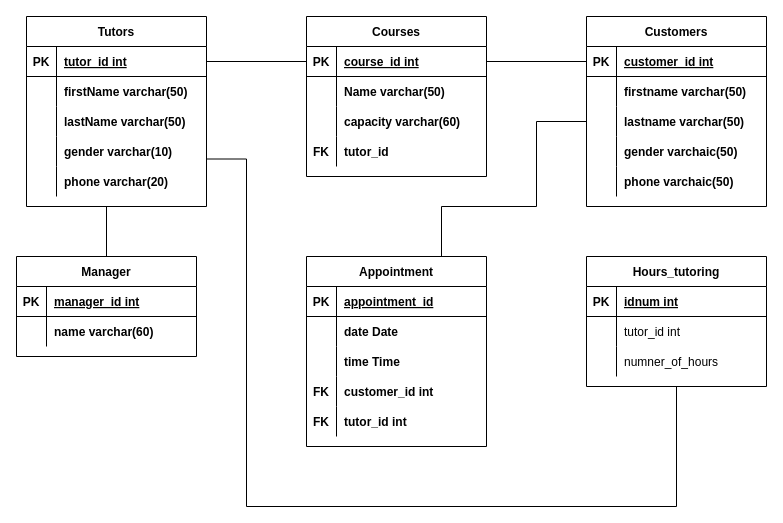
The draw.io diagram Untitled Diagram.drawio in Derrika/AD_GroupWork, before the edit. Source tidied: cells renumbered, new cells numbered last; positions are measured from the earlier drawing's top-left corner, leaving out a move shared by most shapes. Both pictures are drawn from the tidied source at 100%, with x=0, y=0 at pixel (16, 16).
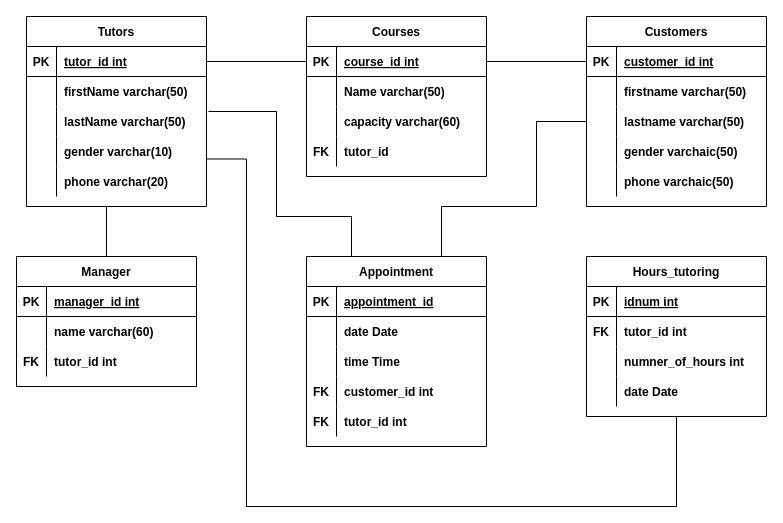
Above is the later version.

The change refers to these unchanged cells:
```xml
<mxCell id="9" style="shape=partialRectangle;fillColor=none;top=0;left=0;bottom=0;right=0;points=[[0,0.5],[1,0.5]];portConstraint=eastwest;" parent="2" vertex="1">
  <mxGeometry y="90" width="180" height="30" as="geometry" />
</mxCell>
<mxCell id="38" value="Appointment" style="shape=table;startSize=30;childLayout=tableLayout;rowLines=0;fontStyle=1;align=center;" parent="1" vertex="1">
  <mxGeometry x="290" y="240" width="180" height="190" as="geometry" />
</mxCell>
<mxCell id="58" style="shape=partialRectangle;fillColor=none;top=0;left=0;bottom=0;right=0;" parent="54" vertex="1">
  <mxGeometry y="60" width="180" height="30" as="geometry" />
</mxCell>
<mxCell id="61" style="shape=partialRectangle;fillColor=none;top=0;left=0;bottom=0;right=0;" parent="54" vertex="1">
  <mxGeometry y="90" width="180" height="30" as="geometry" />
</mxCell>
```

Diff of the diagram source:
```diff
@@
     <mxCell id="18" value="Manager" style="shape=table;startSize=30;childLayout=tableLayout;rowLines=0;fontStyle=1;align=center;" parent="1" vertex="1">
-      <mxGeometry y="240" width="180" height="100" as="geometry" />
+      <mxGeometry y="240" width="180" height="130" as="geometry" />
     </mxCell>
@@
+    <mxCell id="85" style="shape=partialRectangle;fillColor=none;top=0;left=0;bottom=0;right=0;" parent="18" vertex="1">
+      <mxGeometry y="90" width="180" height="30" as="geometry" />
+    </mxCell>
+    <mxCell id="86" value="FK" style="shape=partialRectangle;fillColor=none;top=0;left=0;bottom=0;right=0;overflow=hidden;fontStyle=1;" parent="85" vertex="1">
+      <mxGeometry width="30" height="30" as="geometry" />
+    </mxCell>
+    <mxCell id="87" value="tutor_id int" style="shape=partialRectangle;fillColor=none;top=0;left=0;bottom=0;right=0;align=left;spacingLeft=6;overflow=hidden;fontStyle=1;" parent="85" vertex="1">
+      <mxGeometry x="30" width="150" height="30" as="geometry" />
+    </mxCell>
@@
     <mxCell id="54" value="Hours_tutoring" style="shape=table;startSize=30;childLayout=tableLayout;rowLines=0;fontStyle=1;align=center;" parent="1" vertex="1">
-      <mxGeometry x="570" y="240" width="180" height="130" as="geometry" />
+      <mxGeometry x="570" y="240" width="180" height="160" as="geometry" />
     </mxCell>
@@
-    <mxCell id="59" style="shape=partialRectangle;fillColor=none;top=0;left=0;bottom=0;right=0;overflow=hidden;" parent="58" vertex="1">
+    <mxCell id="59" value="FK" style="shape=partialRectangle;fillColor=none;top=0;left=0;bottom=0;right=0;overflow=hidden;fontStyle=1;" parent="58" vertex="1">
       <mxGeometry width="30" height="30" as="geometry" />
     </mxCell>
-    <mxCell id="60" value="tutor_id int" style="shape=partialRectangle;fillColor=none;top=0;left=0;bottom=0;right=0;align=left;spacingLeft=6;overflow=hidden;" parent="58" vertex="1">
+    <mxCell id="60" value="tutor_id int" style="shape=partialRectangle;fillColor=none;top=0;left=0;bottom=0;right=0;align=left;spacingLeft=6;overflow=hidden;fontStyle=1;" parent="58" vertex="1">
       <mxGeometry x="30" width="150" height="30" as="geometry" />
     </mxCell>
@@
-    <mxCell id="63" value="numner_of_hours" style="shape=partialRectangle;fillColor=none;top=0;left=0;bottom=0;right=0;align=left;spacingLeft=6;overflow=hidden;" parent="61" vertex="1">
+    <mxCell id="63" value="numner_of_hours int" style="shape=partialRectangle;fillColor=none;top=0;left=0;bottom=0;right=0;align=left;spacingLeft=6;overflow=hidden;fontStyle=1;" parent="61" vertex="1">
       <mxGeometry x="30" width="150" height="30" as="geometry" />
     </mxCell>
+    <mxCell id="88" style="shape=partialRectangle;fillColor=none;top=0;left=0;bottom=0;right=0;" parent="54" vertex="1">
+      <mxGeometry y="120" width="180" height="30" as="geometry" />
+    </mxCell>
+    <mxCell id="89" style="shape=partialRectangle;fillColor=none;top=0;left=0;bottom=0;right=0;overflow=hidden;" parent="88" vertex="1">
+      <mxGeometry width="30" height="30" as="geometry" />
+    </mxCell>
+    <mxCell id="90" value="date Date" style="shape=partialRectangle;fillColor=none;top=0;left=0;bottom=0;right=0;align=left;spacingLeft=6;overflow=hidden;fontStyle=1;" parent="88" vertex="1">
+      <mxGeometry x="30" width="150" height="30" as="geometry" />
+    </mxCell>
@@
+    <mxCell id="91" style="endArrow=none;html=1;rounded=0;exitX=1.011;exitY=0.167;exitDx=0;exitDy=0;exitPerimeter=0;entryX=0.25;entryY=0;entryDx=0;entryDy=0;edgeStyle=orthogonalEdgeStyle;" parent="1" edge="1" source="9" target="38">
+      <mxGeometry relative="1" as="geometry">
+        <Array as="points">
+          <mxPoint x="260" y="95" />
+          <mxPoint x="260" y="200" />
+          <mxPoint x="335" y="200" />
+        </Array>
+      </mxGeometry>
+    </mxCell>
```
